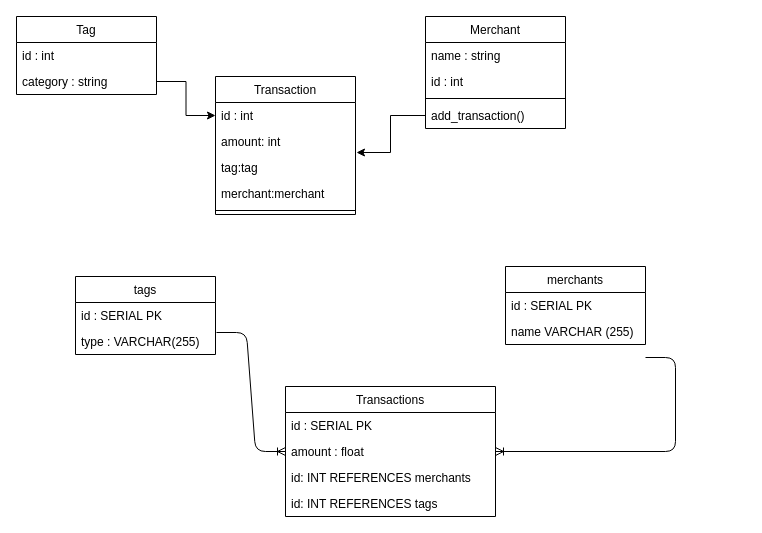
Above: Tour Spend Tracker.drawio in lushpurr/project1_spend_tracker (draw.io), before the change. Source tidied: cells renumbered, new cells numbered last; positions are measured from the earlier drawing's top-left corner, leaving out a move shared by most shapes. Both pictures are drawn from the tidied source at 100%, with x=0, y=0 at pixel (16, 16).
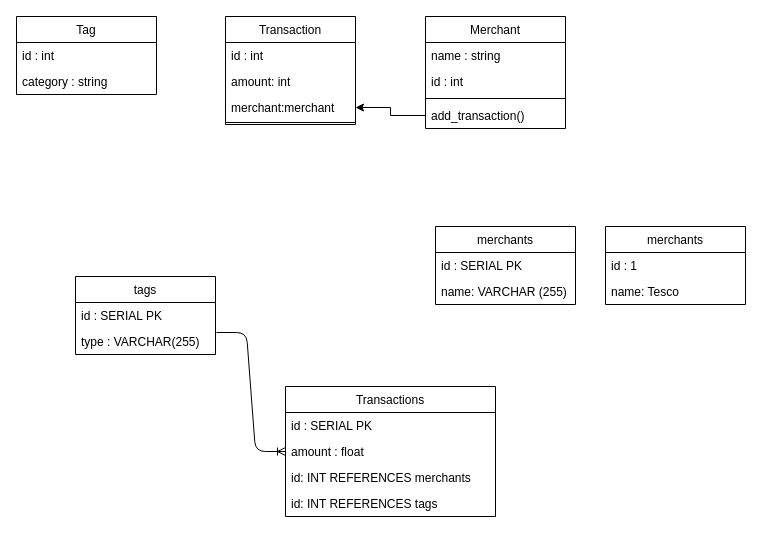
After the change.

Unchanged cells that the change refers to:
```xml
<mxCell id="4" value="category : string" style="text;strokeColor=none;fillColor=none;align=left;verticalAlign=top;spacingLeft=4;spacingRight=4;overflow=hidden;points=[[0,0.5],[1,0.5]];portConstraint=eastwest;" parent="2" vertex="1">
  <mxGeometry y="52" width="140" height="26" as="geometry" />
</mxCell>
<mxCell id="9" value="add_transaction()" style="text;strokeColor=none;fillColor=none;align=left;verticalAlign=top;spacingLeft=4;spacingRight=4;overflow=hidden;points=[[0,0.5],[1,0.5]];portConstraint=eastwest;" parent="5" vertex="1">
  <mxGeometry y="86" width="140" height="26" as="geometry" />
</mxCell>
<mxCell id="24" value="amount : float" style="text;strokeColor=none;fillColor=none;align=left;verticalAlign=top;spacingLeft=4;spacingRight=4;overflow=hidden;points=[[0,0.5],[1,0.5]];portConstraint=eastwest;" parent="22" vertex="1">
  <mxGeometry y="52" width="210" height="26" as="geometry" />
</mxCell>
```

Diff of the diagram source:
```diff
@@
-    <mxCell id="10" style="edgeStyle=orthogonalEdgeStyle;rounded=0;jettySize=auto;html=1;entryX=0;entryY=0.5;entryDx=0;entryDy=0;" parent="1" edge="1" source="4" target="13">
-      <mxGeometry relative="1" as="geometry" />
-    </mxCell>
-    <mxCell id="11" style="edgeStyle=orthogonalEdgeStyle;rounded=0;jettySize=auto;html=1;exitX=0;exitY=0.5;exitDx=0;exitDy=0;entryX=1.007;entryY=-0.077;entryDx=0;entryDy=0;entryPerimeter=0;" parent="1" edge="1" source="9" target="15">
-      <mxGeometry relative="1" as="geometry" />
-    </mxCell>
     <mxCell id="12" value="Transaction" style="swimlane;fontStyle=0;horizontal=1;startSize=26;fillColor=none;" parent="1" vertex="1">
-      <mxGeometry x="199" y="60" width="140" height="138" as="geometry" />
+      <mxGeometry x="209" width="130" height="108" as="geometry" />
     </mxCell>
     <mxCell id="13" value="id : int" style="text;strokeColor=none;fillColor=none;align=left;verticalAlign=top;spacingLeft=4;spacingRight=4;overflow=hidden;points=[[0,0.5],[1,0.5]];portConstraint=eastwest;" parent="12" vertex="1">
-      <mxGeometry y="26" width="140" height="26" as="geometry" />
+      <mxGeometry y="26" width="130" height="26" as="geometry" />
     </mxCell>
     <mxCell id="14" value="amount: int" style="text;strokeColor=none;fillColor=none;align=left;verticalAlign=top;spacingLeft=4;spacingRight=4;overflow=hidden;" parent="12" vertex="1">
-      <mxGeometry y="52" width="140" height="26" as="geometry" />
+      <mxGeometry y="52" width="130" height="26" as="geometry" />
     </mxCell>
-    <mxCell id="15" value="tag:tag" style="text;strokeColor=none;fillColor=none;align=left;verticalAlign=top;spacingLeft=4;spacingRight=4;overflow=hidden;points=[[0,0.5],[1,0.5]];portConstraint=eastwest;" parent="12" vertex="1">
-      <mxGeometry y="78" width="140" height="26" as="geometry" />
-    </mxCell>
     <mxCell id="16" value="merchant:merchant" style="text;strokeColor=none;fillColor=none;align=left;verticalAlign=top;spacingLeft=4;spacingRight=4;overflow=hidden;points=[[0,0.5],[1,0.5]];portConstraint=eastwest;" parent="12" vertex="1">
-      <mxGeometry y="104" width="140" height="26" as="geometry" />
+      <mxGeometry y="78" width="130" height="26" as="geometry" />
     </mxCell>
     <mxCell id="17" style="line;strokeWidth=1;fillColor=none;align=left;verticalAlign=middle;spacingTop=-1;spacingLeft=3;spacingRight=3;labelPosition=right;" parent="12" vertex="1">
-      <mxGeometry y="130" width="140" height="8" as="geometry" />
+      <mxGeometry y="104" width="130" height="4" as="geometry" />
     </mxCell>
-    <mxCell id="18" style="edgeStyle=entityRelationEdgeStyle;fontSize=12;html=1;endArrow=ERoneToMany;exitX=1;exitY=0.5;exitDx=0;exitDy=0;" parent="1" edge="1" target="24">
-      <mxGeometry relative="1" as="geometry">
-        <mxPoint x="629" y="341" as="sourcePoint" />
-      </mxGeometry>
-    </mxCell>
-    <mxCell id="19" value="merchants" style="swimlane;fontStyle=0;horizontal=1;startSize=26;fillColor=none;" parent="1" vertex="1">
-      <mxGeometry x="489" y="250" width="140" height="78" as="geometry" />
-    </mxCell>
-    <mxCell id="20" value="id : SERIAL PK" style="text;strokeColor=none;fillColor=none;align=left;verticalAlign=top;spacingLeft=4;spacingRight=4;overflow=hidden;" parent="19" vertex="1">
-      <mxGeometry y="26" width="140" height="26" as="geometry" />
-    </mxCell>
-    <mxCell id="21" value="name VARCHAR (255)" style="text;strokeColor=none;fillColor=none;align=left;verticalAlign=top;spacingLeft=4;spacingRight=4;overflow=hidden;" parent="19" vertex="1">
-      <mxGeometry y="52" width="140" height="26" as="geometry" />
-    </mxCell>
@@
+    <mxCell id="19" value="merchants" style="swimlane;fontStyle=0;horizontal=1;startSize=26;fillColor=none;" parent="1" vertex="1">
+      <mxGeometry x="419" y="210" width="140" height="78" as="geometry" />
+    </mxCell>
+    <mxCell id="20" value="id : SERIAL PK" style="text;strokeColor=none;fillColor=none;align=left;verticalAlign=top;spacingLeft=4;spacingRight=4;overflow=hidden;" parent="19" vertex="1">
+      <mxGeometry y="26" width="140" height="26" as="geometry" />
+    </mxCell>
+    <mxCell id="21" value="name: VARCHAR (255)" style="text;strokeColor=none;fillColor=none;align=left;verticalAlign=top;spacingLeft=4;spacingRight=4;overflow=hidden;" parent="19" vertex="1">
+      <mxGeometry y="52" width="140" height="26" as="geometry" />
+    </mxCell>
+    <mxCell id="31" value="merchants" style="swimlane;fontStyle=0;horizontal=1;startSize=26;fillColor=none;" parent="1" vertex="1">
+      <mxGeometry x="589" y="210" width="140" height="78" as="geometry" />
+    </mxCell>
+    <mxCell id="32" value="id : 1" style="text;strokeColor=none;fillColor=none;align=left;verticalAlign=top;spacingLeft=4;spacingRight=4;overflow=hidden;" parent="31" vertex="1">
+      <mxGeometry y="26" width="140" height="26" as="geometry" />
+    </mxCell>
+    <mxCell id="33" value="name: Tesco" style="text;strokeColor=none;fillColor=none;align=left;verticalAlign=top;spacingLeft=4;spacingRight=4;overflow=hidden;" parent="31" vertex="1">
+      <mxGeometry y="52" width="140" height="26" as="geometry" />
+    </mxCell>
+    <mxCell id="34" style="edgeStyle=orthogonalEdgeStyle;rounded=0;jettySize=auto;html=1;" parent="1" edge="1" source="9" target="16">
+      <mxGeometry relative="1" as="geometry" />
+    </mxCell>
```
